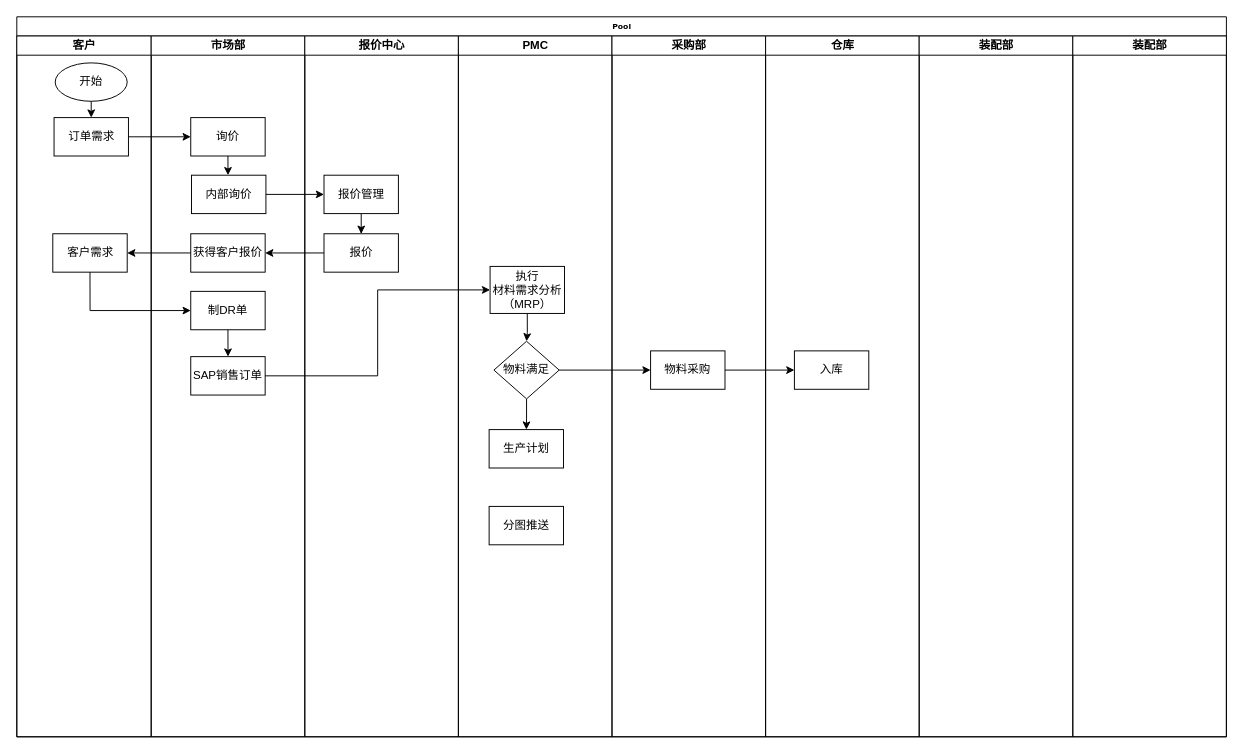
Above: 沃德业务流程图2.drawio in zengfeiyue/chart (draw.io), before the change. Source tidied: cells renumbered, new cells numbered last; positions are measured from the earlier drawing's top-left corner, leaving out a move shared by most shapes. Both pictures are drawn from the tidied source at 96%, with x=0, y=0 at pixel (16, 16).
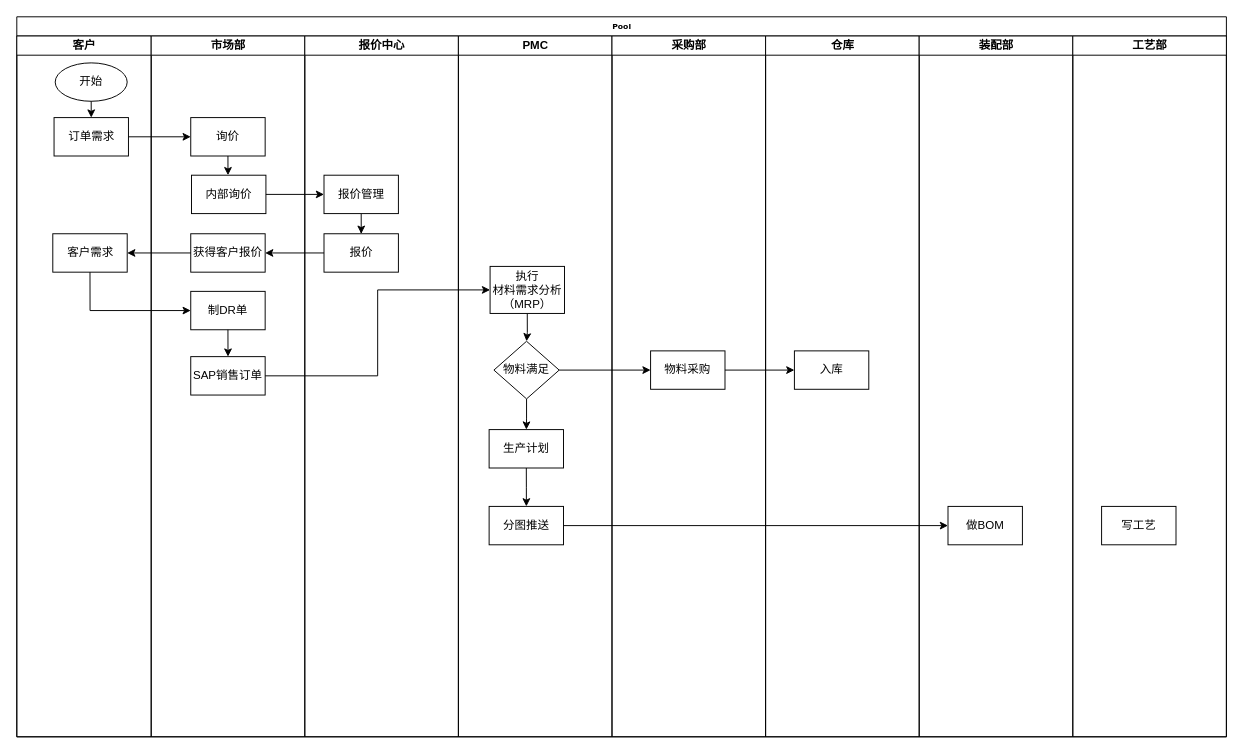
Above is the later version.

Commit message (it also covers changes not shown here):
更新沃德业务流程图2.drawio

The change refers to these unchanged cells:
```xml
<mxCell id="2" value="Pool" style="swimlane;html=1;startSize=20;rounded=0;shadow=0;labelBackgroundColor=none;strokeWidth=1;fontFamily=Verdana;fontSize=8;align=center;" parent="1" vertex="1">
  <mxGeometry width="1260" height="750" as="geometry" />
</mxCell>
<mxCell id="20" value="PMC" style="swimlane;html=1;startSize=20;" parent="2" vertex="1">
  <mxGeometry x="460" y="20" width="160" height="730" as="geometry" />
</mxCell>
<mxCell id="23" value="生产计划" style="whiteSpace=wrap;html=1;" parent="20" vertex="1">
  <mxGeometry x="32" y="410" width="77.5" height="40" as="geometry" />
</mxCell>
<mxCell id="26" value="分图推送" style="whiteSpace=wrap;html=1;" parent="20" vertex="1">
  <mxGeometry x="32" y="490" width="77.5" height="40" as="geometry" />
</mxCell>
<mxCell id="37" value="装配部" style="swimlane;html=1;startSize=20;" parent="2" vertex="1">
  <mxGeometry x="940" y="20" width="160" height="730" as="geometry" />
</mxCell>
```

Change to the diagram source:
```diff
@@
+    <mxCell id="41" style="edgeStyle=orthogonalEdgeStyle;rounded=0;jettySize=auto;html=1;exitX=0.5;exitY=1;exitDx=0;exitDy=0;" parent="20" edge="1" source="23" target="26">
+      <mxGeometry relative="1" as="geometry" />
+    </mxCell>
@@
+    <mxCell id="42" value="做BOM" style="whiteSpace=wrap;html=1;" parent="37" vertex="1">
+      <mxGeometry x="30" y="490" width="77.5" height="40" as="geometry" />
+    </mxCell>
@@
-    <mxCell id="39" value="装配部" style="swimlane;html=1;startSize=20;" parent="2" vertex="1">
+    <mxCell id="39" value="工艺部" style="swimlane;html=1;startSize=20;" parent="2" vertex="1">
       <mxGeometry x="1100" y="20" width="160" height="730" as="geometry" />
     </mxCell>
+    <mxCell id="43" value="写工艺" style="whiteSpace=wrap;html=1;" parent="39" vertex="1">
+      <mxGeometry x="30" y="490" width="77.5" height="40" as="geometry" />
+    </mxCell>
@@
+    <mxCell id="44" style="edgeStyle=orthogonalEdgeStyle;rounded=0;jettySize=auto;html=1;exitX=1;exitY=0.5;exitDx=0;exitDy=0;entryX=0;entryY=0.5;entryDx=0;entryDy=0;" parent="2" edge="1" source="26" target="42">
+      <mxGeometry relative="1" as="geometry" />
+    </mxCell>
```
